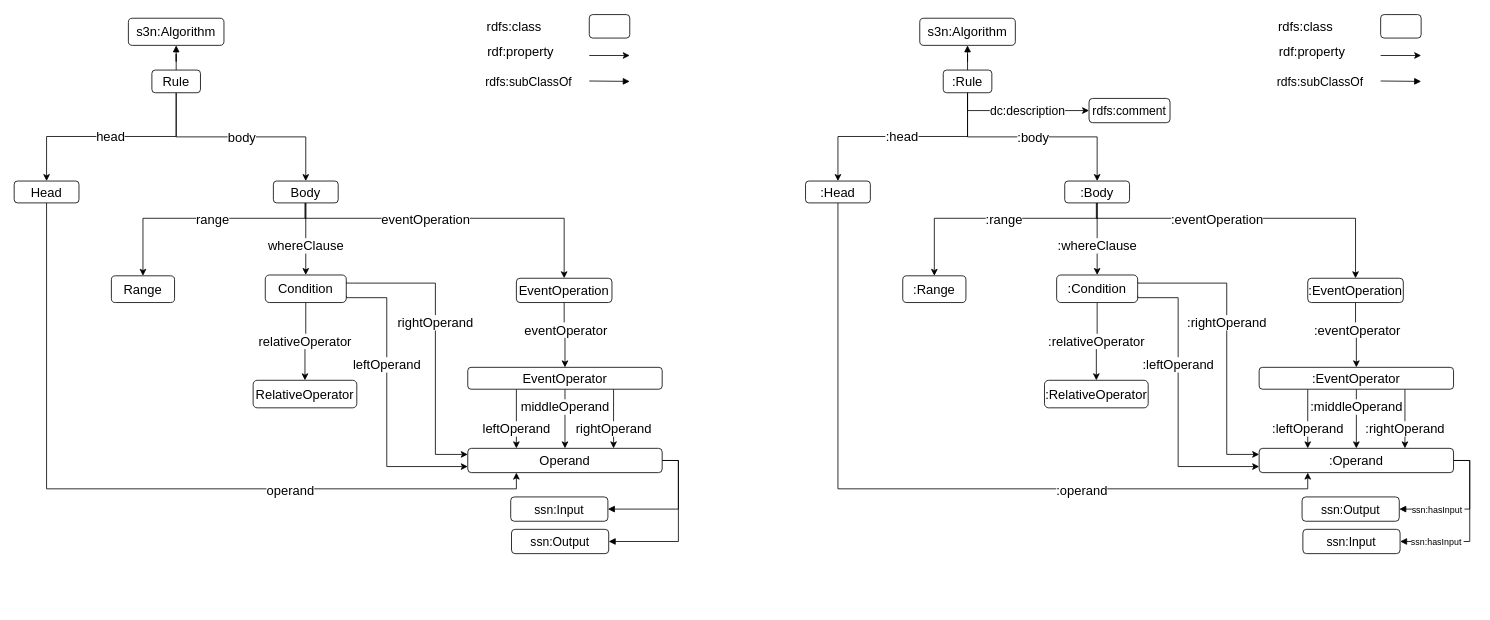
Above: Untitled Diagram.drawio in Haoyu-R/appendix (draw.io), before the change. Source tidied: cells renumbered, new cells numbered last; positions are measured from the earlier drawing's top-left corner, leaving out a move shared by most shapes. Both pictures are drawn from the tidied source at 81%, with x=0, y=0 at pixel (14, 14).
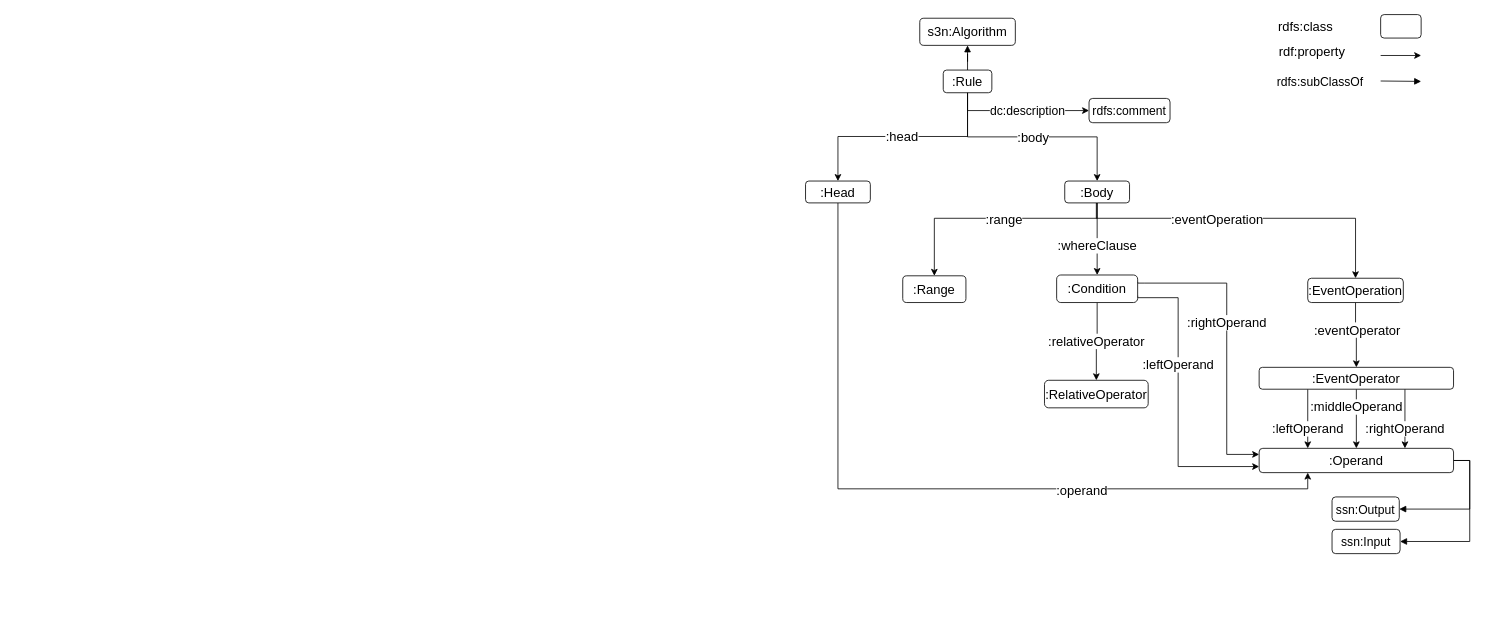
After the change.

Unchanged cells that the change refers to:
```xml
<mxCell id="66" style="edgeStyle=orthogonalEdgeStyle;rounded=0;jettySize=auto;html=1;exitX=1;exitY=0.5;exitDx=0;exitDy=0;entryX=1;entryY=0.5;entryDx=0;entryDy=0;endArrow=block;endFill=1;" parent="1" edge="1" source="70" target="78">
  <mxGeometry relative="1" as="geometry" />
</mxCell>
<mxCell id="68" style="edgeStyle=orthogonalEdgeStyle;rounded=0;jettySize=auto;html=1;exitX=1;exitY=0.5;exitDx=0;exitDy=0;entryX=1;entryY=0.5;entryDx=0;entryDy=0;endArrow=block;endFill=1;" parent="1" edge="1" source="70" target="79">
  <mxGeometry relative="1" as="geometry" />
</mxCell>
```

What changed in the source:
```diff
@@
-    <mxCell id="2" value="&lt;div style=&quot;font-size: 16px;&quot;&gt;head&lt;/div&gt;" style="edgeStyle=orthogonalEdgeStyle;rounded=0;jettySize=auto;html=1;exitX=0.5;exitY=1;exitDx=0;exitDy=0;entryX=0.5;entryY=0;entryDx=0;entryDy=0;fontSize=16;" parent="1" edge="1" source="5" target="8">
-      <mxGeometry relative="1" as="geometry">
-        <Array as="points">
-          <mxPoint x="200" y="151" />
-          <mxPoint x="40" y="151" />
-        </Array>
-      </mxGeometry>
-    </mxCell>
-    <mxCell id="3" value="body" style="edgeStyle=orthogonalEdgeStyle;rounded=0;jettySize=auto;html=1;exitX=0.5;exitY=1;exitDx=0;exitDy=0;entryX=0.5;entryY=0;entryDx=0;entryDy=0;fontSize=16;" parent="1" edge="1" source="5" target="14">
-      <mxGeometry relative="1" as="geometry" />
-    </mxCell>
-    <mxCell id="4" style="edgeStyle=orthogonalEdgeStyle;rounded=0;jettySize=auto;html=1;fontSize=16;endArrow=block;endFill=1;" parent="1" edge="1" source="5" target="35">
-      <mxGeometry relative="1" as="geometry" />
-    </mxCell>
-    <mxCell id="5" value="Rule" style="rounded=1;whiteSpace=wrap;html=1;fontSize=16;" parent="1" vertex="1">
-      <mxGeometry x="170" y="69" width="60" height="28" as="geometry" />
-    </mxCell>
-    <mxCell id="6" style="edgeStyle=orthogonalEdgeStyle;rounded=0;jettySize=auto;html=1;exitX=0.5;exitY=1;exitDx=0;exitDy=0;entryX=0.25;entryY=1;entryDx=0;entryDy=0;fontSize=16;" parent="1" edge="1" source="8" target="30">
-      <mxGeometry relative="1" as="geometry" />
-    </mxCell>
-    <mxCell id="7" value="operand" style="edgeLabel;html=1;align=center;verticalAlign=middle;fontSize=16;" parent="6" vertex="1">
-      <mxGeometry x="0.37" y="-1" relative="1" as="geometry" />
-    </mxCell>
-    <mxCell id="8" value="Head" style="rounded=1;whiteSpace=wrap;html=1;fontSize=16;" parent="1" vertex="1">
-      <mxGeometry y="206" width="80" height="27" as="geometry" />
-    </mxCell>
-    <mxCell id="9" style="edgeStyle=orthogonalEdgeStyle;rounded=0;jettySize=auto;html=1;exitX=0.5;exitY=1;exitDx=0;exitDy=0;fontSize=16;" parent="1" edge="1" source="14" target="17">
-      <mxGeometry relative="1" as="geometry">
-        <Array as="points">
-          <mxPoint x="359" y="252" />
-          <mxPoint x="679" y="252" />
-        </Array>
-      </mxGeometry>
-    </mxCell>
-    <mxCell id="10" value="eventOperation" style="edgeLabel;html=1;align=center;verticalAlign=middle;fontSize=16;" parent="9" vertex="1">
-      <mxGeometry x="-0.58" y="-1" relative="1" as="geometry">
-        <mxPoint x="81" as="offset" />
-      </mxGeometry>
-    </mxCell>
-    <mxCell id="11" value="whereClause" style="edgeStyle=orthogonalEdgeStyle;rounded=0;jettySize=auto;html=1;exitX=0.5;exitY=1;exitDx=0;exitDy=0;entryX=0.5;entryY=0;entryDx=0;entryDy=0;fontSize=16;" parent="1" edge="1" source="14" target="21">
-      <mxGeometry x="0.19" relative="1" as="geometry" />
-    </mxCell>
-    <mxCell id="12" style="edgeStyle=orthogonalEdgeStyle;rounded=0;jettySize=auto;html=1;exitX=0.5;exitY=1;exitDx=0;exitDy=0;fontSize=16;entryX=0.5;entryY=0;entryDx=0;entryDy=0;" parent="1" edge="1" source="14" target="22">
-      <mxGeometry relative="1" as="geometry">
-        <Array as="points">
-          <mxPoint x="359" y="252" />
-          <mxPoint x="139" y="252" />
-        </Array>
-      </mxGeometry>
-    </mxCell>
-    <mxCell id="13" value="range" style="edgeLabel;html=1;align=center;verticalAlign=middle;fontSize=16;" parent="12" vertex="1">
-      <mxGeometry x="0.18" y="3" relative="1" as="geometry">
-        <mxPoint x="37" y="-3" as="offset" />
-      </mxGeometry>
-    </mxCell>
-    <mxCell id="14" value="Body" style="rounded=1;whiteSpace=wrap;html=1;fontSize=16;" parent="1" vertex="1">
-      <mxGeometry x="320" y="206" width="80" height="27" as="geometry" />
-    </mxCell>
-    <mxCell id="15" style="edgeStyle=orthogonalEdgeStyle;rounded=0;jettySize=auto;html=1;exitX=0.5;exitY=1;exitDx=0;exitDy=0;entryX=0.5;entryY=0;entryDx=0;entryDy=0;fontSize=16;" parent="1" edge="1" source="17" target="26">
-      <mxGeometry relative="1" as="geometry" />
-    </mxCell>
-    <mxCell id="16" value="eventOperator" style="edgeLabel;html=1;align=center;verticalAlign=middle;fontSize=16;" parent="15" vertex="1">
-      <mxGeometry x="-0.19" y="-3" relative="1" as="geometry">
-        <mxPoint x="4" as="offset" />
-      </mxGeometry>
-    </mxCell>
-    <mxCell id="17" value="&lt;font style=&quot;font-size: 16px;&quot;&gt;EventOperation&lt;/font&gt;" style="rounded=1;whiteSpace=wrap;html=1;fontSize=16;" parent="1" vertex="1">
-      <mxGeometry x="620" y="326" width="118" height="30" as="geometry" />
-    </mxCell>
-    <mxCell id="18" value="relativeOperator" style="edgeStyle=orthogonalEdgeStyle;rounded=0;jettySize=auto;html=1;exitX=0.5;exitY=1;exitDx=0;exitDy=0;entryX=0.5;entryY=0;entryDx=0;entryDy=0;fontSize=16;" parent="1" edge="1" source="21" target="27">
-      <mxGeometry relative="1" as="geometry" />
-    </mxCell>
-    <mxCell id="19" value="leftOperand" style="edgeStyle=orthogonalEdgeStyle;rounded=0;jettySize=auto;html=1;exitX=1;exitY=0.75;exitDx=0;exitDy=0;entryX=0;entryY=0.75;entryDx=0;entryDy=0;fontSize=16;" parent="1" edge="1" source="21" target="30">
-      <mxGeometry x="-0.25" relative="1" as="geometry">
-        <Array as="points">
-          <mxPoint x="410" y="350" />
-          <mxPoint x="460" y="350" />
-          <mxPoint x="460" y="559" />
-          <mxPoint x="560" y="559" />
-        </Array>
-      </mxGeometry>
-    </mxCell>
-    <mxCell id="20" value="rightOperand" style="edgeStyle=orthogonalEdgeStyle;rounded=0;jettySize=auto;html=1;exitX=1;exitY=0.25;exitDx=0;exitDy=0;fontSize=16;entryX=0;entryY=0.25;entryDx=0;entryDy=0;" parent="1" edge="1" source="21" target="30">
-      <mxGeometry x="-0.12" relative="1" as="geometry">
-        <Array as="points">
-          <mxPoint x="418" y="332" />
-          <mxPoint x="520" y="332" />
-          <mxPoint x="520" y="544" />
-          <mxPoint x="560" y="544" />
-        </Array>
-      </mxGeometry>
-    </mxCell>
-    <mxCell id="21" value="Condition" style="rounded=1;whiteSpace=wrap;html=1;fontSize=16;" parent="1" vertex="1">
-      <mxGeometry x="310" y="322" width="100" height="34" as="geometry" />
-    </mxCell>
-    <mxCell id="22" value="Range" style="rounded=1;whiteSpace=wrap;html=1;fontSize=16;" parent="1" vertex="1">
-      <mxGeometry x="120" y="323" width="78" height="33" as="geometry" />
-    </mxCell>
-    <mxCell id="23" value="middleOperand" style="edgeStyle=orthogonalEdgeStyle;rounded=0;jettySize=auto;html=1;exitX=0.5;exitY=1;exitDx=0;exitDy=0;entryX=0.5;entryY=0;entryDx=0;entryDy=0;fontSize=16;" parent="1" edge="1" source="26" target="30">
-      <mxGeometry x="-0.4" relative="1" as="geometry" />
-    </mxCell>
-    <mxCell id="24" value="rightOperand" style="edgeStyle=orthogonalEdgeStyle;rounded=0;jettySize=auto;html=1;exitX=0.75;exitY=1;exitDx=0;exitDy=0;entryX=0.75;entryY=0;entryDx=0;entryDy=0;fontSize=16;" parent="1" edge="1" source="26" target="30">
-      <mxGeometry x="0.34" relative="1" as="geometry" />
-    </mxCell>
-    <mxCell id="25" value="leftOperand" style="edgeStyle=orthogonalEdgeStyle;rounded=0;jettySize=auto;html=1;exitX=0.25;exitY=1;exitDx=0;exitDy=0;entryX=0.25;entryY=0;entryDx=0;entryDy=0;fontSize=16;" parent="1" edge="1" source="26" target="30">
-      <mxGeometry x="0.34" relative="1" as="geometry">
-        <Array as="points">
-          <mxPoint x="620" y="463" />
-          <mxPoint x="620" y="536" />
-        </Array>
-      </mxGeometry>
-    </mxCell>
-    <mxCell id="26" value="EventOperator" style="rounded=1;whiteSpace=wrap;html=1;fontSize=16;" parent="1" vertex="1">
-      <mxGeometry x="560" y="436" width="240" height="27" as="geometry" />
-    </mxCell>
-    <mxCell id="27" value="RelativeOperator" style="rounded=1;whiteSpace=wrap;html=1;fontSize=16;" parent="1" vertex="1">
-      <mxGeometry x="295" y="452" width="128" height="34" as="geometry" />
-    </mxCell>
-    <mxCell id="28" style="edgeStyle=orthogonalEdgeStyle;rounded=0;jettySize=auto;html=1;exitX=1;exitY=0.5;exitDx=0;exitDy=0;entryX=1;entryY=0.5;entryDx=0;entryDy=0;endArrow=block;endFill=1;" parent="1" edge="1" source="30" target="38">
-      <mxGeometry relative="1" as="geometry" />
-    </mxCell>
-    <mxCell id="29" style="edgeStyle=orthogonalEdgeStyle;rounded=0;jettySize=auto;html=1;exitX=1;exitY=0.5;exitDx=0;exitDy=0;entryX=1;entryY=0.5;entryDx=0;entryDy=0;endArrow=block;endFill=1;" parent="1" edge="1" source="30" target="39">
-      <mxGeometry relative="1" as="geometry" />
-    </mxCell>
-    <mxCell id="30" value="&lt;font style=&quot;font-size: 16px;&quot;&gt;Operand&lt;/font&gt;" style="rounded=1;whiteSpace=wrap;html=1;fontSize=16;" parent="1" vertex="1">
-      <mxGeometry x="560" y="536" width="240" height="30" as="geometry" />
-    </mxCell>
-    <mxCell id="31" style="rounded=1;whiteSpace=wrap;html=1;fontSize=16;" parent="1" vertex="1">
-      <mxGeometry x="710" y="0.5" width="50" height="29" as="geometry" />
-    </mxCell>
-    <mxCell id="32" value="rdfs:class" style="text;html=1;align=center;verticalAlign=middle;strokeColor=none;fontSize=16;" parent="1" vertex="1">
-      <mxGeometry x="577" y="5" width="80" height="20" as="geometry" />
-    </mxCell>
-    <mxCell id="33" value="rdf:property" style="text;html=1;align=center;verticalAlign=middle;strokeColor=none;fontSize=16;" parent="1" vertex="1">
-      <mxGeometry x="575" y="36" width="100" height="20" as="geometry" />
-    </mxCell>
-    <mxCell id="34" style="endArrow=classic;html=1;fontSize=16;" parent="1" edge="1">
-      <mxGeometry relative="1" as="geometry">
-        <mxPoint x="710" y="51" as="sourcePoint" />
-        <mxPoint x="760" y="51" as="targetPoint" />
-      </mxGeometry>
-    </mxCell>
-    <mxCell id="35" value="s3n:Algorithm" style="rounded=1;whiteSpace=wrap;html=1;fontSize=16;" parent="1" vertex="1">
-      <mxGeometry x="141" y="5" width="118" height="33.5" as="geometry" />
-    </mxCell>
-    <mxCell id="36" value="rdfs:subClassOf" style="text;html=1;align=center;verticalAlign=middle;strokeColor=none;fontSize=15;" parent="1" vertex="1">
-      <mxGeometry x="575" y="73" width="120" height="20" as="geometry" />
-    </mxCell>
-    <mxCell id="37" style="endArrow=block;html=1;fontSize=16;endFill=1;" parent="1" edge="1">
-      <mxGeometry relative="1" as="geometry">
-        <mxPoint x="710" y="82.5" as="sourcePoint" />
-        <mxPoint x="760" y="83" as="targetPoint" />
-      </mxGeometry>
-    </mxCell>
-    <mxCell id="38" value="ssn:Input" style="rounded=1;whiteSpace=wrap;html=1;fontSize=15;" parent="1" vertex="1">
-      <mxGeometry x="613" y="596" width="120" height="30" as="geometry" />
-    </mxCell>
-    <mxCell id="39" value="ssn:Output" style="rounded=1;whiteSpace=wrap;html=1;fontSize=15;" parent="1" vertex="1">
-      <mxGeometry x="614" y="636" width="120" height="30" as="geometry" />
-    </mxCell>
@@
-    <mxCell id="67" value="ssn:hasInput&amp;nbsp; " style="edgeLabel;html=1;align=center;verticalAlign=middle;" parent="66" vertex="1">
-      <mxGeometry x="0.35" relative="1" as="geometry">
-        <mxPoint x="-7" as="offset" />
-      </mxGeometry>
-    </mxCell>
@@
-    <mxCell id="69" value="ssn:hasInput&amp;nbsp; " style="edgeLabel;html=1;align=center;verticalAlign=middle;" parent="68" vertex="1">
-      <mxGeometry x="0.25" y="-2" relative="1" as="geometry">
-        <mxPoint x="-32" y="2" as="offset" />
-      </mxGeometry>
-    </mxCell>
@@
     <mxCell id="78" value="ssn:Output" style="rounded=1;whiteSpace=wrap;html=1;fontSize=15;" parent="1" vertex="1">
-      <mxGeometry x="1590" y="596" width="120" height="30" as="geometry" />
+      <mxGeometry x="1627" y="596" width="83" height="30" as="geometry" />
     </mxCell>
     <mxCell id="79" value="ssn:Input" style="rounded=1;whiteSpace=wrap;html=1;fontSize=15;" parent="1" vertex="1">
-      <mxGeometry x="1591" y="636" width="120" height="30" as="geometry" />
+      <mxGeometry x="1627" y="636" width="84" height="30" as="geometry" />
     </mxCell>
@@
-    <mxCell id="82" style="edgeStyle=orthogonalEdgeStyle;rounded=0;orthogonalLoop=1;jettySize=auto;html=1;exitX=0.5;exitY=1;exitDx=0;exitDy=0;fontSize=15;" parent="1" edge="1">
-      <mxGeometry relative="1" as="geometry">
-        <mxPoint x="573.8" y="722" as="sourcePoint" />
-        <mxPoint x="573.8" y="722" as="targetPoint" />
-      </mxGeometry>
-    </mxCell>
```
